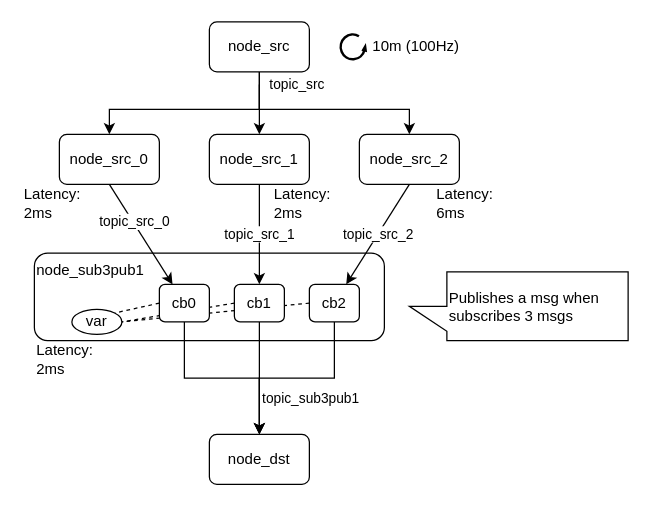
Earlier version of the draw.io diagram page "sample_sub3pub1" (6 of 7) of node_diagram.drawio (takeshi-iwanari/caret_sample). Source tidied: cells renumbered, new cells numbered last; positions are measured from the earlier drawing's top-left corner, leaving out a move shared by most shapes. Both pictures are drawn from the tidied source at 125%, with x=0, y=0 at pixel (21, 21).
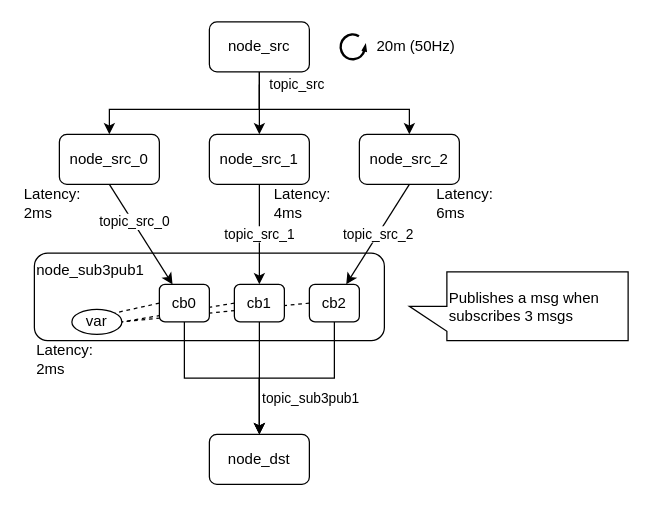
Above is the later version.

Commit message (it also covers changes not shown here):
change: add latency for timer callback

What changed in the source:
```diff
@@
-    <mxCell id="25" value="10m (100Hz)" style="text;html=1;align=center;verticalAlign=middle;strokeColor=none;fillColor=none;" parent="1" vertex="1">
+    <mxCell id="25" value="20m (50Hz)" style="text;html=1;align=center;verticalAlign=middle;strokeColor=none;fillColor=none;" parent="1" vertex="1">
       <mxGeometry x="275" y="10" width="80" height="20" as="geometry" />
     </mxCell>
@@
-    <mxCell id="27" value="Latency:&lt;br&gt;2ms" style="text;html=1;align=left;verticalAlign=middle;strokeColor=none;fillColor=none;" parent="1" vertex="1">
+    <mxCell id="27" value="Latency:&lt;br&gt;4ms" style="text;html=1;align=left;verticalAlign=middle;strokeColor=none;fillColor=none;" parent="1" vertex="1">
       <mxGeometry x="200" y="130" width="60" height="30" as="geometry" />
     </mxCell>
```
